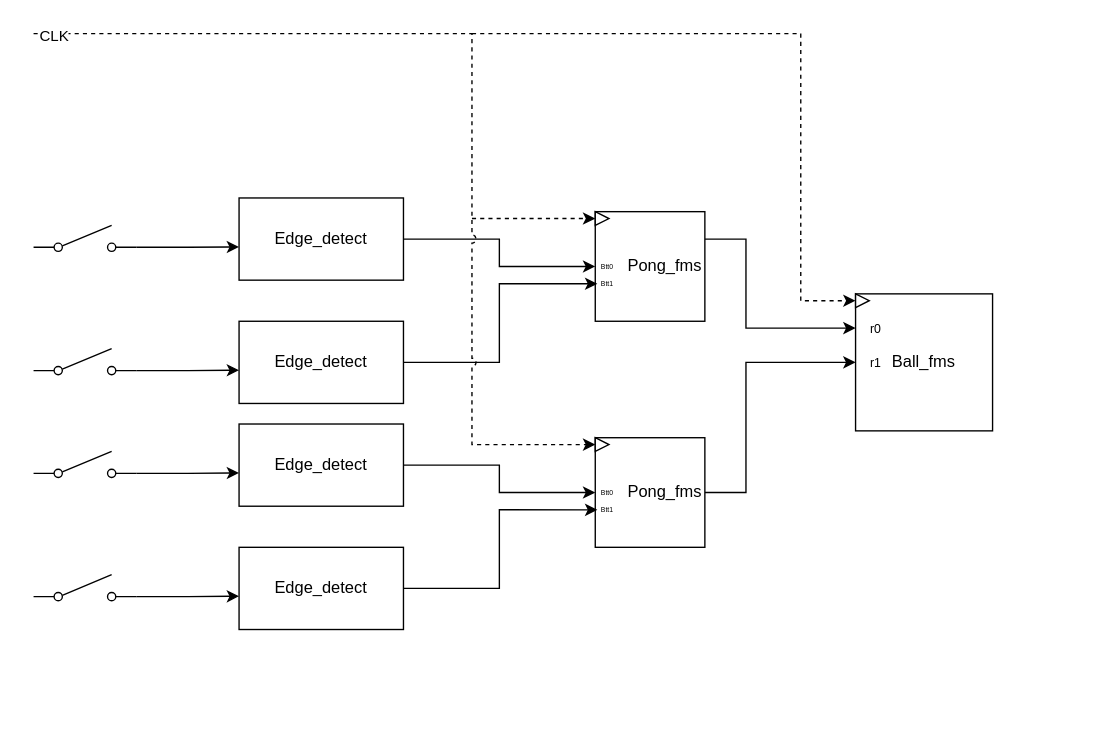
Mateop314/Pong_VHDL keeps this draw.io diagram as Diagrama sin título.drawio. Above is the earlier version. Source tidied: cells renumbered, new cells numbered last; positions are measured from the earlier drawing's top-left corner, leaving out a move shared by most shapes. Both pictures are drawn from the tidied source at 137%, with x=0, y=0 at pixel (33, 33).
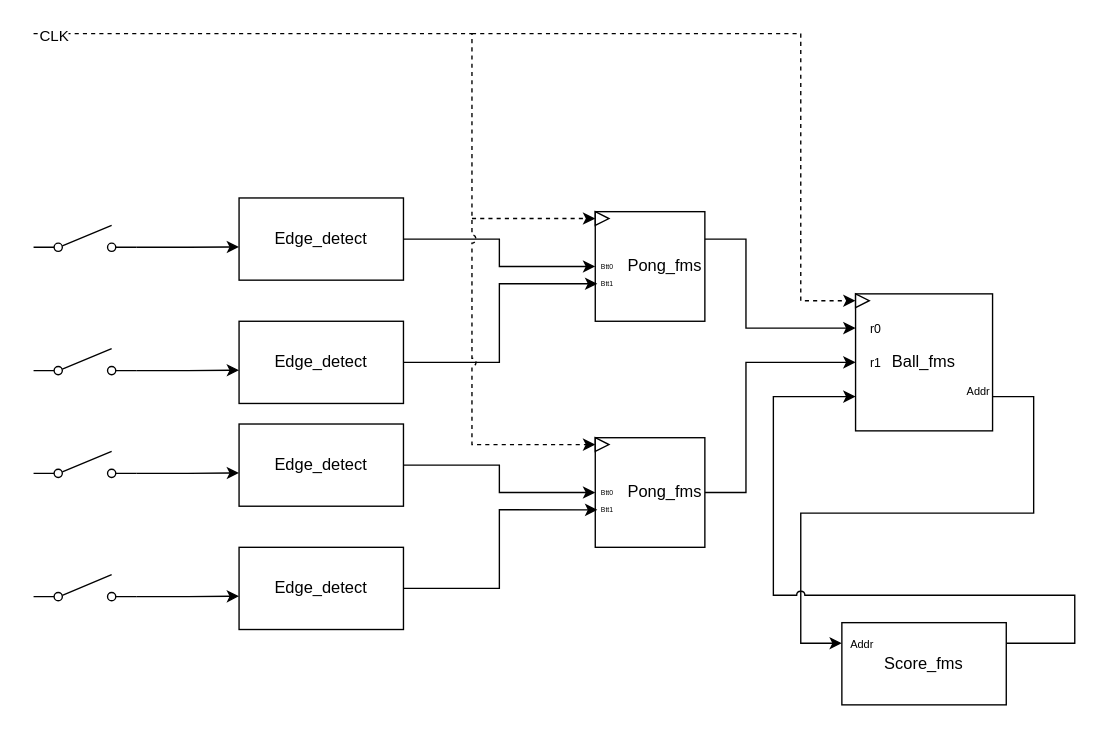
After the change.

Unchanged cells that the change refers to:
```xml
<mxCell id="31" value="Ball_fms" style="whiteSpace=wrap;html=1;" parent="1" vertex="1">
  <mxGeometry x="600" y="190" width="100" height="100" as="geometry" />
</mxCell>
```

The edit, as a diff of the source:
```diff
@@
+    <mxCell id="36" style="edgeStyle=none;rounded=0;jettySize=auto;html=1;exitX=1;exitY=0.75;exitDx=0;exitDy=0;entryX=0;entryY=0.25;entryDx=0;entryDy=0;" parent="1" edge="1" source="31" target="38">
+      <mxGeometry relative="1" as="geometry">
+        <Array as="points">
+          <mxPoint x="730" y="265" />
+          <mxPoint x="730" y="350" />
+          <mxPoint x="560" y="350" />
+          <mxPoint x="560" y="445" />
+        </Array>
+      </mxGeometry>
+    </mxCell>
@@
+    <mxCell id="37" style="edgeStyle=none;rounded=0;jettySize=auto;html=1;exitX=1;exitY=0.25;exitDx=0;exitDy=0;entryX=0;entryY=0.75;entryDx=0;entryDy=0;jumpStyle=arc;" parent="1" edge="1" source="38" target="31">
+      <mxGeometry relative="1" as="geometry">
+        <Array as="points">
+          <mxPoint x="760" y="445" />
+          <mxPoint x="760" y="410" />
+          <mxPoint x="540" y="410" />
+          <mxPoint x="540" y="265" />
+        </Array>
+      </mxGeometry>
+    </mxCell>
+    <mxCell id="38" value="Score_fms" style="rounded=0;whiteSpace=wrap;html=1;" parent="1" vertex="1">
+      <mxGeometry x="590" y="430" width="120" height="60" as="geometry" />
+    </mxCell>
+    <mxCell id="39" value="&lt;font style=&quot;font-size: 8px;&quot;&gt;Addr&lt;/font&gt;" style="text;html=1;align=center;verticalAlign=middle;whiteSpace=wrap;rounded=0;" parent="1" vertex="1">
+      <mxGeometry x="660" y="245" width="60" height="30" as="geometry" />
+    </mxCell>
+    <mxCell id="40" value="&lt;font style=&quot;font-size: 8px;&quot;&gt;Addr&lt;/font&gt;" style="text;html=1;align=center;verticalAlign=middle;whiteSpace=wrap;rounded=0;" parent="1" vertex="1">
+      <mxGeometry x="575" y="430" width="60" height="30" as="geometry" />
+    </mxCell>
```
